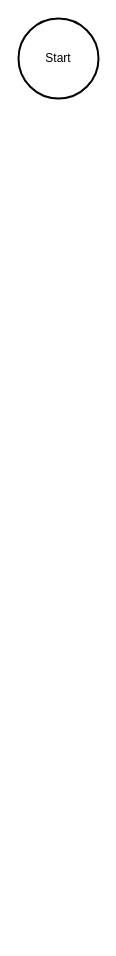
hanggaa/Diagram keeps this draw.io diagram as ZenGo Use (W).drawio. Above is the earlier version. Source tidied: cells renumbered, new cells numbered last; positions are measured from the earlier drawing's top-left corner, leaving out a move shared by most shapes. Both pictures are drawn from the tidied source at 100%, with x=0, y=0 at pixel (18, 18).
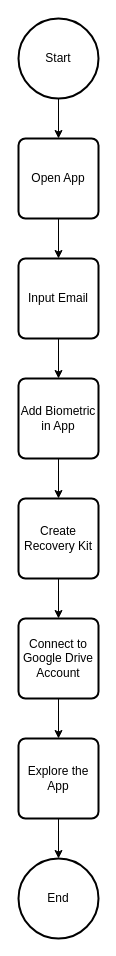
Above is the later version.

What changed in the source:
```diff
@@
 <mxGraphModel>
   <root>
     <mxCell id="0" />
     <mxCell id="1" parent="0" />
+    <mxCell id="3" style="edgeStyle=orthogonalEdgeStyle;rounded=0;jettySize=auto;html=1;exitX=0.5;exitY=1;exitDx=0;exitDy=0;exitPerimeter=0;entryX=0.5;entryY=0;entryDx=0;entryDy=0;" parent="1" edge="1" source="2" target="5">
+      <mxGeometry relative="1" as="geometry" />
+    </mxCell>
     <mxCell id="2" value="Start" style="strokeWidth=2;html=1;shape=mxgraph.flowchart.start_2;whiteSpace=wrap;" parent="1" vertex="1">
       <mxGeometry width="80" height="80" as="geometry" />
     </mxCell>
+    <mxCell id="4" style="edgeStyle=orthogonalEdgeStyle;rounded=0;jettySize=auto;html=1;exitX=0.5;exitY=1;exitDx=0;exitDy=0;entryX=0.5;entryY=0;entryDx=0;entryDy=0;" parent="1" edge="1" source="5" target="7">
+      <mxGeometry relative="1" as="geometry" />
+    </mxCell>
+    <mxCell id="5" value="Open App" style="rounded=1;whiteSpace=wrap;html=1;absoluteArcSize=1;arcSize=14;strokeWidth=2;" parent="1" vertex="1">
+      <mxGeometry y="120" width="80" height="80" as="geometry" />
+    </mxCell>
+    <mxCell id="6" style="edgeStyle=orthogonalEdgeStyle;rounded=0;jettySize=auto;html=1;exitX=0.5;exitY=1;exitDx=0;exitDy=0;entryX=0.5;entryY=0;entryDx=0;entryDy=0;" parent="1" edge="1" source="7" target="9">
+      <mxGeometry relative="1" as="geometry" />
+    </mxCell>
+    <mxCell id="7" value="Input Email" style="rounded=1;whiteSpace=wrap;html=1;absoluteArcSize=1;arcSize=14;strokeWidth=2;" parent="1" vertex="1">
+      <mxGeometry y="240" width="80" height="80" as="geometry" />
+    </mxCell>
+    <mxCell id="8" style="edgeStyle=orthogonalEdgeStyle;rounded=0;jettySize=auto;html=1;exitX=0.5;exitY=1;exitDx=0;exitDy=0;entryX=0.5;entryY=0;entryDx=0;entryDy=0;" parent="1" edge="1" source="9" target="11">
+      <mxGeometry relative="1" as="geometry" />
+    </mxCell>
+    <mxCell id="9" value="Add Biometric in App" style="rounded=1;whiteSpace=wrap;html=1;absoluteArcSize=1;arcSize=14;strokeWidth=2;" parent="1" vertex="1">
+      <mxGeometry y="360" width="80" height="80" as="geometry" />
+    </mxCell>
+    <mxCell id="10" style="edgeStyle=orthogonalEdgeStyle;rounded=0;jettySize=auto;html=1;exitX=0.5;exitY=1;exitDx=0;exitDy=0;entryX=0.5;entryY=0;entryDx=0;entryDy=0;" parent="1" edge="1" source="11" target="13">
+      <mxGeometry relative="1" as="geometry" />
+    </mxCell>
+    <mxCell id="11" value="Create Recovery Kit" style="rounded=1;whiteSpace=wrap;html=1;absoluteArcSize=1;arcSize=14;strokeWidth=2;" parent="1" vertex="1">
+      <mxGeometry y="480" width="80" height="80" as="geometry" />
+    </mxCell>
+    <mxCell id="12" style="edgeStyle=orthogonalEdgeStyle;rounded=0;jettySize=auto;html=1;exitX=0.5;exitY=1;exitDx=0;exitDy=0;entryX=0.5;entryY=0;entryDx=0;entryDy=0;" parent="1" edge="1" source="13" target="15">
+      <mxGeometry relative="1" as="geometry" />
+    </mxCell>
+    <mxCell id="13" value="Connect to Google Drive Account" style="rounded=1;whiteSpace=wrap;html=1;absoluteArcSize=1;arcSize=14;strokeWidth=2;" parent="1" vertex="1">
+      <mxGeometry y="600" width="80" height="80" as="geometry" />
+    </mxCell>
+    <mxCell id="14" style="edgeStyle=orthogonalEdgeStyle;rounded=0;jettySize=auto;html=1;exitX=0.5;exitY=1;exitDx=0;exitDy=0;entryX=0.5;entryY=0;entryDx=0;entryDy=0;entryPerimeter=0;" parent="1" edge="1" source="15" target="16">
+      <mxGeometry relative="1" as="geometry" />
+    </mxCell>
+    <mxCell id="15" value="Explore the App" style="rounded=1;whiteSpace=wrap;html=1;absoluteArcSize=1;arcSize=14;strokeWidth=2;" parent="1" vertex="1">
+      <mxGeometry y="720" width="80" height="80" as="geometry" />
+    </mxCell>
+    <mxCell id="16" value="End" style="strokeWidth=2;html=1;shape=mxgraph.flowchart.start_2;whiteSpace=wrap;" parent="1" vertex="1">
+      <mxGeometry y="840" width="80" height="80" as="geometry" />
+    </mxCell>
   </root>
 </mxGraphModel>
```
